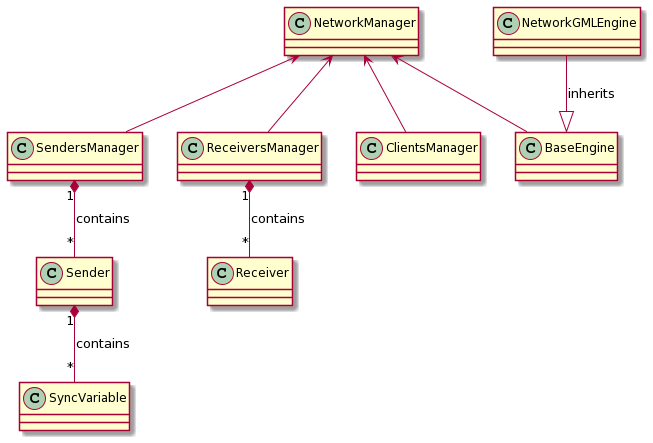
This is docs/Diagrams/class_diagram.png from lcnvdl/gms2-networking, a PlantUML export, as it was before one commit.
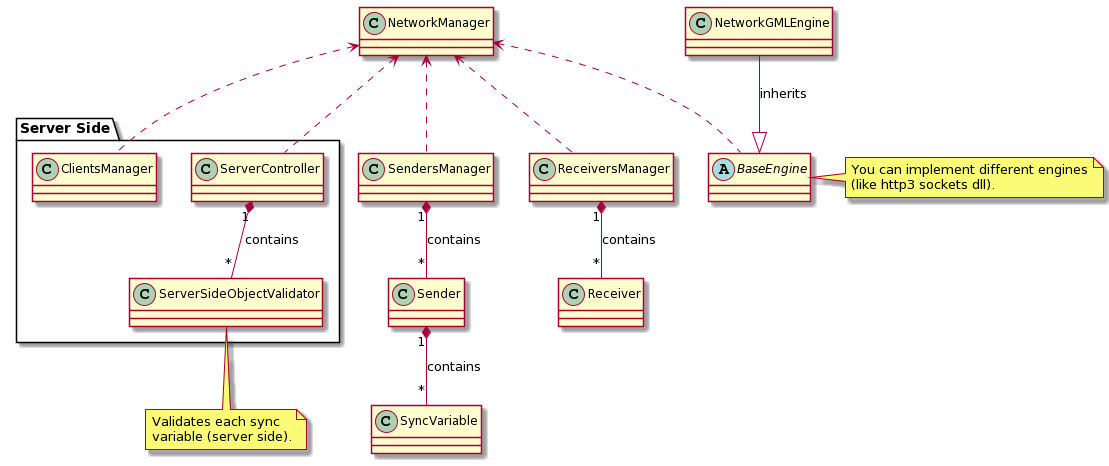
The same file after the commit.

Diff of the diagram source:
```diff
@@ -4,14 +4,23 @@
 class Sender
 class SendersManager
 class ReceiversManager
-class ClientsManager
-class BaseEngine
+abstract class BaseEngine
 class NetworkGMLEngine
 
-NetworkManager <-- SendersManager
-NetworkManager <-- ReceiversManager
-NetworkManager <-- ClientsManager
-NetworkManager <-- BaseEngine
+package "Server Side" {
+  class ClientsManager
+  class ServerController
+  class ServerSideObjectValidator
+}
+
+note right of BaseEngine: You can implement different engines\n(like http3 sockets dll).
+note bottom of ServerSideObjectValidator: Validates each sync \nvariable (server side).
+
+NetworkManager <.. SendersManager
+NetworkManager <.. ReceiversManager
+NetworkManager <.. ClientsManager
+NetworkManager <.. BaseEngine
+NetworkManager <.. ServerController
 
 NetworkGMLEngine --|> BaseEngine : inherits
 
@@ -20,4 +29,6 @@
 ReceiversManager "1" *-- "*" Receiver : contains
 
 Sender "1" *-- "*" SyncVariable : contains
+
+ServerController "1" *-- "*" ServerSideObjectValidator : contains
 @enduml
```
